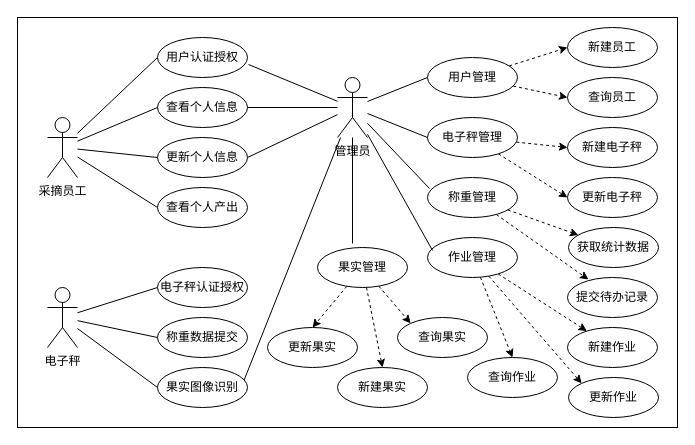
Earlier version of the draw.io diagram design/软件用例图.dio (akynazh/aws). Source tidied: cells renumbered, new cells numbered last; positions are measured from the earlier drawing's top-left corner, leaving out a move shared by most shapes. Both pictures are drawn from the tidied source at 100%, with x=0, y=0 at pixel (17, 17).
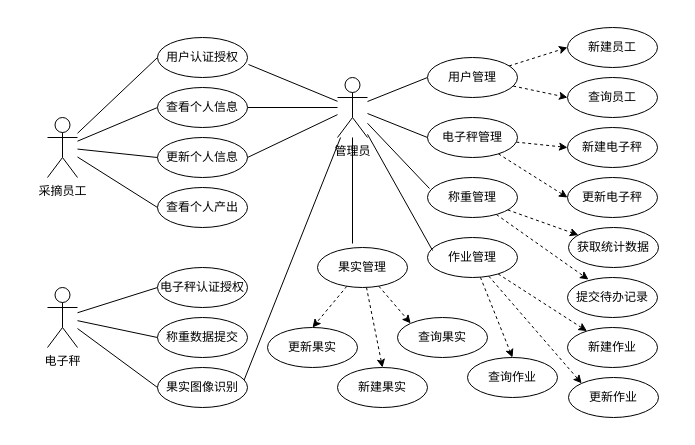
The same page after the edit.

Diff of the diagram source:
```diff
@@
-    <mxCell id="2" style="rounded=0;whiteSpace=wrap;html=1;" parent="1" vertex="1">
-      <mxGeometry width="660" height="410" as="geometry" />
-    </mxCell>
```
